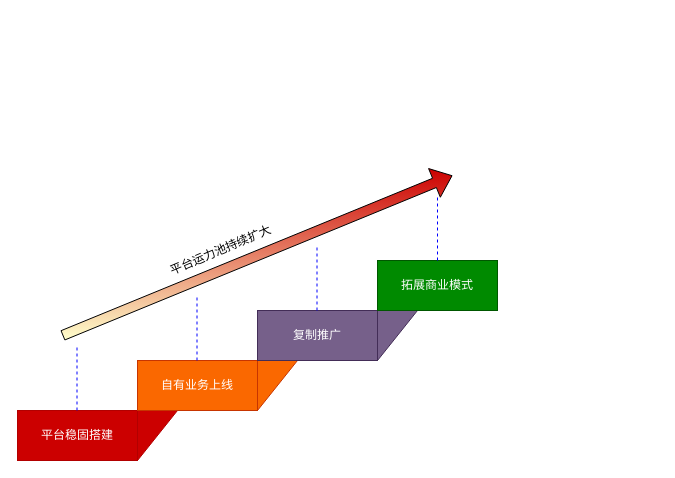
chenyibang/rdpwrap keeps this draw.io diagram as test.drawio. Above is the earlier version. Source tidied: cells renumbered, new cells numbered last; positions are measured from the earlier drawing's top-left corner, leaving out a move shared by most shapes. Both pictures are drawn from the tidied source at 100%, with x=0, y=0 at pixel (17, 175).
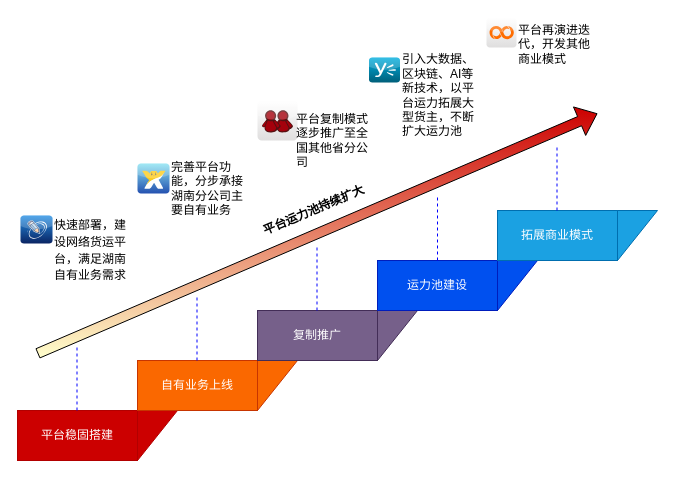
Above is the later version.

What changed in the source:
```diff
@@
-    <mxCell id="8" value="拓展商业模式" style="rounded=0;whiteSpace=wrap;html=1;fillColor=#008a00;strokeColor=#005700;fontColor=#ffffff;" parent="1" vertex="1">
+    <mxCell id="8" value="运力池建设" style="rounded=0;whiteSpace=wrap;html=1;fillColor=#0050ef;strokeColor=#001DBC;fontColor=#ffffff;" parent="1" vertex="1">
       <mxGeometry x="360" y="85" width="120" height="50" as="geometry" />
     </mxCell>
@@
     <mxCell id="13" style="shape=flexArrow;endArrow=classic;html=1;fillColor=#CC0000;gradientColor=#FFFFCC;" parent="1" edge="1">
       <mxGeometry relative="1" as="geometry">
-        <mxPoint x="45" y="160" as="sourcePoint" />
-        <mxPoint x="435" as="targetPoint" />
+        <mxPoint x="20" y="178" as="sourcePoint" />
+        <mxPoint x="580" y="-62" as="targetPoint" />
       </mxGeometry>
     </mxCell>
-    <mxCell id="14" value="平台运力池持续扩大" style="text;html=1;strokeColor=none;fillColor=none;align=center;verticalAlign=middle;whiteSpace=wrap;rounded=0;rotation=337;" parent="1" vertex="1">
-      <mxGeometry x="147" y="65" width="113" height="20" as="geometry" />
+    <mxCell id="14" value="平台运力池持续扩大" style="text;html=1;strokeColor=none;fillColor=none;align=center;verticalAlign=middle;whiteSpace=wrap;rounded=0;rotation=337;fontStyle=1;" parent="1" vertex="1">
+      <mxGeometry x="240" y="25" width="113" height="20" as="geometry" />
     </mxCell>
+    <mxCell id="15" style="verticalLabelPosition=bottom;verticalAlign=top;html=1;shape=mxgraph.basic.orthogonal_triangle;direction=west;flipH=1;fillColor=#0050ef;strokeColor=#001DBC;fontColor=#ffffff;" parent="1" vertex="1">
+      <mxGeometry x="480" y="85" width="40" height="50" as="geometry" />
+    </mxCell>
+    <mxCell id="16" value="拓展商业模式" style="rounded=0;whiteSpace=wrap;html=1;fillColor=#1ba1e2;strokeColor=#006EAF;fontColor=#ffffff;" parent="1" vertex="1">
+      <mxGeometry x="480" y="35" width="120" height="50" as="geometry" />
+    </mxCell>
+    <mxCell id="17" style="verticalLabelPosition=bottom;verticalAlign=top;html=1;shape=mxgraph.basic.orthogonal_triangle;direction=west;flipH=1;fillColor=#1ba1e2;strokeColor=#006EAF;fontColor=#ffffff;" parent="1" vertex="1">
+      <mxGeometry x="600" y="35" width="40" height="50" as="geometry" />
+    </mxCell>
+    <mxCell id="18" style="endArrow=none;dashed=1;html=1;jumpSize=4;strokeColor=#0000FF;rounded=1;" parent="1" edge="1">
+      <mxGeometry relative="1" as="geometry">
+        <mxPoint x="539.5" y="35" as="sourcePoint" />
+        <mxPoint x="539.5" y="-29" as="targetPoint" />
+      </mxGeometry>
+    </mxCell>
+    <mxCell id="19" style="dashed=0;html=1;align=center;labelPosition=center;verticalLabelPosition=bottom;verticalAlign=top;shape=mxgraph.webicons.livejournal;fillColor=#2690E5;gradientColor=#0A2463;strokeColor=#003300;fontSize=14;fontColor=#FFFFFF;" parent="1" vertex="1">
+      <mxGeometry x="3" y="40" width="32" height="28" as="geometry" />
+    </mxCell>
+    <mxCell id="20" value="&lt;font color=&quot;#000000&quot;&gt;&lt;span style=&quot;font-size: 12px&quot;&gt;快速部署，建设网络货运平台，满足湖南自有业务需求&lt;/span&gt;&lt;/font&gt;" style="text;html=1;strokeColor=none;fillColor=none;align=left;verticalAlign=middle;whiteSpace=wrap;rounded=0;fontSize=14;fontColor=#FFFFFF;" parent="1" vertex="1">
+      <mxGeometry x="35" y="64" width="75" height="20" as="geometry" />
+    </mxCell>
+    <mxCell id="21" style="dashed=0;html=1;align=center;labelPosition=center;verticalLabelPosition=bottom;verticalAlign=top;shape=mxgraph.webicons.wakoopa;gradientColor=#DFDEDE;strokeColor=#003300;fontSize=14;fontColor=#FFFFFF;" parent="1" vertex="1">
+      <mxGeometry x="469" y="-158" width="30" height="30" as="geometry" />
+    </mxCell>
+    <mxCell id="22" style="dashed=0;html=1;align=center;labelPosition=center;verticalLabelPosition=bottom;verticalAlign=top;shape=mxgraph.webicons.wix;fillColor=#8AE3F2;gradientColor=#2451B0;strokeColor=#003300;fontSize=14;fontColor=#FFFFFF;" parent="1" vertex="1">
+      <mxGeometry x="120" y="-12" width="32" height="30" as="geometry" />
+    </mxCell>
+    <mxCell id="23" style="dashed=0;html=1;align=center;labelPosition=center;verticalLabelPosition=bottom;verticalAlign=top;shape=mxgraph.webicons.buddymarks;gradientColor=#DFDEDE;strokeColor=#003300;fontSize=14;fontColor=#FFFFFF;" parent="1" vertex="1">
+      <mxGeometry x="240" y="-75" width="40" height="40" as="geometry" />
+    </mxCell>
+    <mxCell id="24" style="dashed=0;html=1;align=center;labelPosition=center;verticalLabelPosition=bottom;verticalAlign=top;shape=mxgraph.webicons.yammer;fillColor=#00AFE0;gradientColor=#005F7A;strokeColor=#003300;fontSize=14;fontColor=#FFFFFF;" parent="1" vertex="1">
+      <mxGeometry x="351.5" y="-118" width="31" height="25" as="geometry" />
+    </mxCell>
+    <mxCell id="25" value="完善平台功能，分步承接湖南分公司主要自有业务" style="text;html=1;strokeColor=none;fillColor=none;align=left;verticalAlign=middle;whiteSpace=wrap;rounded=0;fontSize=12;fontColor=#000000;" parent="1" vertex="1">
+      <mxGeometry x="152" y="3" width="78" height="20" as="geometry" />
+    </mxCell>
+    <mxCell id="26" value="&lt;p class=&quot;MsoNormal&quot;&gt;&lt;font face=&quot;宋体&quot; style=&quot;font-size: 12px&quot;&gt;平台复制模式逐步推广至全国其他省分公司&lt;/font&gt;&lt;/p&gt;" style="text;html=1;strokeColor=none;fillColor=none;align=left;verticalAlign=middle;whiteSpace=wrap;rounded=0;fontSize=12;fontColor=#000000;" parent="1" vertex="1">
+      <mxGeometry x="276.5" y="-45" width="80" height="20" as="geometry" />
+    </mxCell>
+    <mxCell id="27" value="&lt;p class=&quot;MsoNormal&quot;&gt;&lt;font face=&quot;宋体&quot;&gt;引入大数据、区块链、AI等新技术，以平台运力拓展大型货主，不断扩大运力池&lt;/font&gt;&lt;br&gt;&lt;/p&gt;" style="text;html=1;strokeColor=none;fillColor=none;align=left;verticalAlign=middle;whiteSpace=wrap;rounded=0;fontSize=12;fontColor=#000000;" parent="1" vertex="1">
+      <mxGeometry x="382.5" y="-90" width="80" height="20" as="geometry" />
+    </mxCell>
+    <mxCell id="28" value="平台再演进迭代，开发其他商业模式" style="text;html=1;strokeColor=none;fillColor=none;align=left;verticalAlign=middle;whiteSpace=wrap;rounded=0;fontSize=12;fontColor=#000000;" parent="1" vertex="1">
+      <mxGeometry x="499" y="-141" width="80" height="20" as="geometry" />
+    </mxCell>
```
